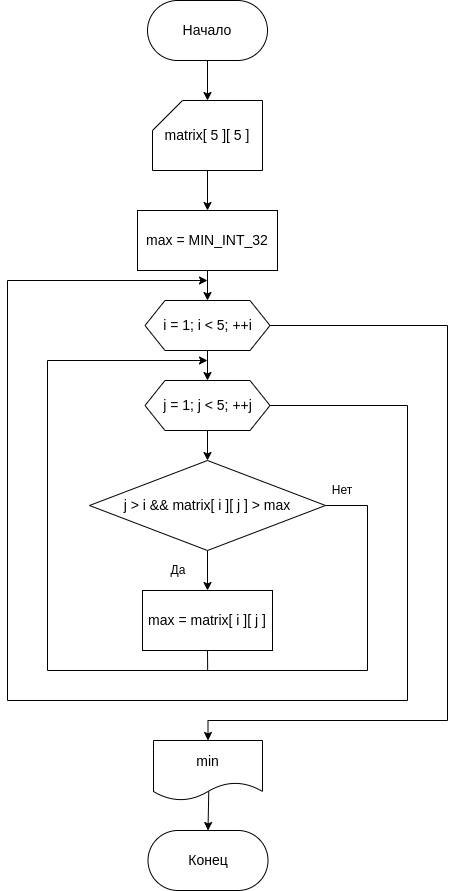
The draw.io diagram reports/lab4.drawio.png in reddiridabl666/ICS6-Assembly, before a commit. Source tidied: cells renumbered, new cells last; positions are measured from the earlier drawing's top-left corner, leaving out a move shared by most shapes. Source of this version:
```xml
<mxGraphModel>
  <root>
    <mxCell id="0" />
    <mxCell id="1" parent="0" />
    <mxCell id="2" style="edgeStyle=orthogonalEdgeStyle;rounded=0;jettySize=auto;html=1;entryX=0.5;entryY=0;entryDx=0;entryDy=0;entryPerimeter=0;" parent="1" edge="1" source="3" target="6">
      <mxGeometry relative="1" as="geometry" />
    </mxCell>
    <mxCell id="3" value="Начало" style="rounded=1;whiteSpace=wrap;html=1;arcSize=50;fontSize=14;" parent="1" vertex="1">
      <mxGeometry x="140" width="120" height="60" as="geometry" />
    </mxCell>
    <mxCell id="4" value="Конец" style="rounded=1;whiteSpace=wrap;html=1;arcSize=50;fontSize=14;" parent="1" vertex="1">
      <mxGeometry x="140.5" y="830" width="120" height="60" as="geometry" />
    </mxCell>
    <mxCell id="5" style="edgeStyle=orthogonalEdgeStyle;rounded=0;jettySize=auto;html=1;entryX=0.5;entryY=0;entryDx=0;entryDy=0;" parent="1" edge="1" source="6" target="17">
      <mxGeometry relative="1" as="geometry" />
    </mxCell>
    <mxCell id="6" value="matrix[ 5 ][ 5 ]" style="shape=card;whiteSpace=wrap;html=1;fontSize=14;" parent="1" vertex="1">
      <mxGeometry x="145" y="100" width="110" height="70" as="geometry" />
    </mxCell>
    <mxCell id="7" style="edgeStyle=orthogonalEdgeStyle;rounded=0;jettySize=auto;html=1;entryX=0.5;entryY=0;entryDx=0;entryDy=0;" parent="1" edge="1" source="9" target="12">
      <mxGeometry relative="1" as="geometry" />
    </mxCell>
    <mxCell id="8" style="edgeStyle=orthogonalEdgeStyle;rounded=0;jettySize=auto;html=1;entryX=0.5;entryY=0;entryDx=0;entryDy=0;" parent="1" edge="1" source="9" target="21">
      <mxGeometry relative="1" as="geometry">
        <Array as="points">
          <mxPoint x="440" y="325" />
          <mxPoint x="440" y="720" />
          <mxPoint x="201" y="720" />
        </Array>
      </mxGeometry>
    </mxCell>
    <mxCell id="9" value="i = 1; i &amp;lt; 5; ++i" style="shape=hexagon;perimeter=hexagonPerimeter2;whiteSpace=wrap;html=1;fixedSize=1;fontSize=14;" parent="1" vertex="1">
      <mxGeometry x="137.5" y="300" width="125" height="50" as="geometry" />
    </mxCell>
    <mxCell id="10" style="edgeStyle=orthogonalEdgeStyle;rounded=0;jettySize=auto;html=1;entryX=0.5;entryY=0;entryDx=0;entryDy=0;" parent="1" edge="1" source="12" target="15">
      <mxGeometry relative="1" as="geometry" />
    </mxCell>
    <mxCell id="11" style="edgeStyle=orthogonalEdgeStyle;rounded=0;jettySize=auto;html=1;" parent="1" edge="1" source="12">
      <mxGeometry relative="1" as="geometry">
        <mxPoint x="200" y="280" as="targetPoint" />
        <Array as="points">
          <mxPoint x="400" y="405" />
          <mxPoint x="400" y="700" />
          <mxPoint y="700" />
          <mxPoint y="280" />
        </Array>
      </mxGeometry>
    </mxCell>
    <mxCell id="12" value="j = 1; j &amp;lt; 5; ++j" style="shape=hexagon;perimeter=hexagonPerimeter2;whiteSpace=wrap;html=1;fixedSize=1;fontSize=14;" parent="1" vertex="1">
      <mxGeometry x="137.5" y="380" width="125" height="50" as="geometry" />
    </mxCell>
    <mxCell id="13" style="edgeStyle=orthogonalEdgeStyle;rounded=0;jettySize=auto;html=1;entryX=0.5;entryY=0;entryDx=0;entryDy=0;" parent="1" edge="1" source="15" target="19">
      <mxGeometry relative="1" as="geometry" />
    </mxCell>
    <mxCell id="14" style="edgeStyle=orthogonalEdgeStyle;rounded=0;jettySize=auto;html=1;" parent="1" edge="1" source="15">
      <mxGeometry relative="1" as="geometry">
        <mxPoint x="200" y="360" as="targetPoint" />
        <Array as="points">
          <mxPoint x="360" y="505" />
          <mxPoint x="360" y="670" />
          <mxPoint x="40" y="670" />
          <mxPoint x="40" y="360" />
        </Array>
      </mxGeometry>
    </mxCell>
    <mxCell id="15" value="j &amp;gt; i &amp;amp;&amp;amp; matrix[ i ][ j ] &amp;gt; max" style="rhombus;whiteSpace=wrap;html=1;fontSize=14;" parent="1" vertex="1">
      <mxGeometry x="82" y="460" width="236" height="90" as="geometry" />
    </mxCell>
    <mxCell id="16" style="edgeStyle=orthogonalEdgeStyle;rounded=0;jettySize=auto;html=1;entryX=0.5;entryY=0;entryDx=0;entryDy=0;" parent="1" edge="1" source="17" target="9">
      <mxGeometry relative="1" as="geometry" />
    </mxCell>
    <mxCell id="17" value="max = MIN_INT_32" style="rounded=0;whiteSpace=wrap;html=1;fontSize=14;" parent="1" vertex="1">
      <mxGeometry x="130" y="210" width="140" height="60" as="geometry" />
    </mxCell>
    <mxCell id="18" style="edgeStyle=orthogonalEdgeStyle;rounded=0;jettySize=auto;html=1;exitX=0.5;exitY=1;exitDx=0;exitDy=0;endArrow=none;endFill=0;" parent="1" edge="1" source="19">
      <mxGeometry relative="1" as="geometry">
        <mxPoint x="200.2" y="670" as="targetPoint" />
      </mxGeometry>
    </mxCell>
    <mxCell id="19" value="max = matrix[ i ][ j ]" style="rounded=0;whiteSpace=wrap;html=1;fontSize=14;" parent="1" vertex="1">
      <mxGeometry x="135" y="590" width="130" height="60" as="geometry" />
    </mxCell>
    <mxCell id="20" style="edgeStyle=orthogonalEdgeStyle;rounded=0;jettySize=auto;html=1;entryX=0.5;entryY=0;entryDx=0;entryDy=0;exitX=0.507;exitY=0.847;exitDx=0;exitDy=0;exitPerimeter=0;" parent="1" edge="1" source="21" target="4">
      <mxGeometry relative="1" as="geometry" />
    </mxCell>
    <mxCell id="21" value="min" style="shape=document;whiteSpace=wrap;html=1;boundedLbl=1;fontSize=14;" parent="1" vertex="1">
      <mxGeometry x="146" y="740" width="109" height="60" as="geometry" />
    </mxCell>
    <mxCell id="22" value="Да" style="text;html=1;strokeColor=none;fillColor=none;align=center;verticalAlign=middle;whiteSpace=wrap;rounded=0;" parent="1" vertex="1">
      <mxGeometry x="146" y="560" width="50" height="20" as="geometry" />
    </mxCell>
    <mxCell id="23" value="Нет" style="text;html=1;strokeColor=none;fillColor=none;align=center;verticalAlign=middle;whiteSpace=wrap;rounded=0;" parent="1" vertex="1">
      <mxGeometry x="310" y="480" width="50" height="20" as="geometry" />
    </mxCell>
  </root>
</mxGraphModel>
```
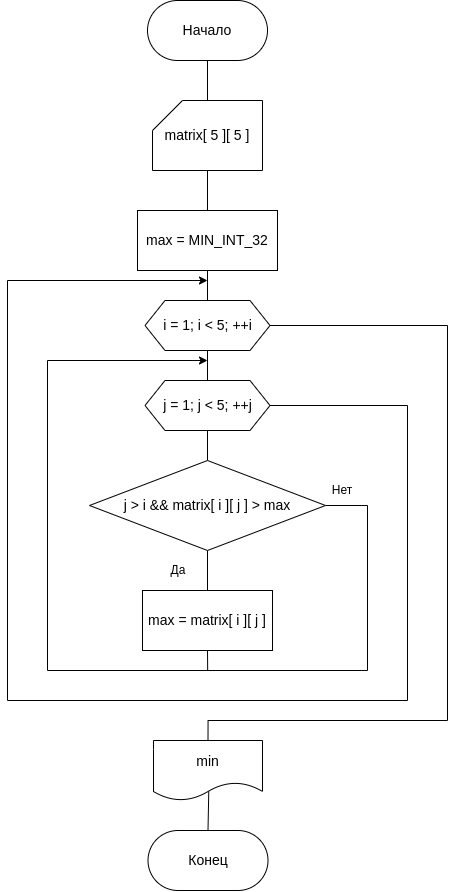
Above is the later version.

What changed in the source:
```diff
@@ -2,7 +2,7 @@
   <root>
     <mxCell id="0" />
     <mxCell id="1" parent="0" />
-    <mxCell id="2" style="edgeStyle=orthogonalEdgeStyle;rounded=0;jettySize=auto;html=1;entryX=0.5;entryY=0;entryDx=0;entryDy=0;entryPerimeter=0;" parent="1" edge="1" source="3" target="6">
+    <mxCell id="2" style="edgeStyle=orthogonalEdgeStyle;rounded=0;jettySize=auto;html=1;entryX=0.5;entryY=0;entryDx=0;entryDy=0;entryPerimeter=0;endArrow=none;endFill=0;" parent="1" edge="1" source="3" target="6">
       <mxGeometry relative="1" as="geometry" />
     </mxCell>
     <mxCell id="3" value="Начало" style="rounded=1;whiteSpace=wrap;html=1;arcSize=50;fontSize=14;" parent="1" vertex="1">
@@ -11,16 +11,16 @@
     <mxCell id="4" value="Конец" style="rounded=1;whiteSpace=wrap;html=1;arcSize=50;fontSize=14;" parent="1" vertex="1">
       <mxGeometry x="140.5" y="830" width="120" height="60" as="geometry" />
     </mxCell>
-    <mxCell id="5" style="edgeStyle=orthogonalEdgeStyle;rounded=0;jettySize=auto;html=1;entryX=0.5;entryY=0;entryDx=0;entryDy=0;" parent="1" edge="1" source="6" target="17">
+    <mxCell id="5" style="edgeStyle=orthogonalEdgeStyle;rounded=0;jettySize=auto;html=1;entryX=0.5;entryY=0;entryDx=0;entryDy=0;endArrow=none;endFill=0;" parent="1" edge="1" source="6" target="17">
       <mxGeometry relative="1" as="geometry" />
     </mxCell>
     <mxCell id="6" value="matrix[ 5 ][ 5 ]" style="shape=card;whiteSpace=wrap;html=1;fontSize=14;" parent="1" vertex="1">
       <mxGeometry x="145" y="100" width="110" height="70" as="geometry" />
     </mxCell>
-    <mxCell id="7" style="edgeStyle=orthogonalEdgeStyle;rounded=0;jettySize=auto;html=1;entryX=0.5;entryY=0;entryDx=0;entryDy=0;" parent="1" edge="1" source="9" target="12">
+    <mxCell id="7" style="edgeStyle=orthogonalEdgeStyle;rounded=0;jettySize=auto;html=1;entryX=0.5;entryY=0;entryDx=0;entryDy=0;endArrow=none;endFill=0;" parent="1" edge="1" source="9" target="12">
       <mxGeometry relative="1" as="geometry" />
     </mxCell>
-    <mxCell id="8" style="edgeStyle=orthogonalEdgeStyle;rounded=0;jettySize=auto;html=1;entryX=0.5;entryY=0;entryDx=0;entryDy=0;" parent="1" edge="1" source="9" target="21">
+    <mxCell id="8" style="edgeStyle=orthogonalEdgeStyle;rounded=0;jettySize=auto;html=1;entryX=0.5;entryY=0;entryDx=0;entryDy=0;endArrow=none;endFill=0;" parent="1" edge="1" source="9" target="21">
       <mxGeometry relative="1" as="geometry">
         <Array as="points">
           <mxPoint x="440" y="325" />
@@ -32,7 +32,7 @@
     <mxCell id="9" value="i = 1; i &amp;lt; 5; ++i" style="shape=hexagon;perimeter=hexagonPerimeter2;whiteSpace=wrap;html=1;fixedSize=1;fontSize=14;" parent="1" vertex="1">
       <mxGeometry x="137.5" y="300" width="125" height="50" as="geometry" />
     </mxCell>
-    <mxCell id="10" style="edgeStyle=orthogonalEdgeStyle;rounded=0;jettySize=auto;html=1;entryX=0.5;entryY=0;entryDx=0;entryDy=0;" parent="1" edge="1" source="12" target="15">
+    <mxCell id="10" style="edgeStyle=orthogonalEdgeStyle;rounded=0;jettySize=auto;html=1;entryX=0.5;entryY=0;entryDx=0;entryDy=0;endArrow=none;endFill=0;" parent="1" edge="1" source="12" target="15">
       <mxGeometry relative="1" as="geometry" />
     </mxCell>
     <mxCell id="11" style="edgeStyle=orthogonalEdgeStyle;rounded=0;jettySize=auto;html=1;" parent="1" edge="1" source="12">
@@ -49,7 +49,7 @@
     <mxCell id="12" value="j = 1; j &amp;lt; 5; ++j" style="shape=hexagon;perimeter=hexagonPerimeter2;whiteSpace=wrap;html=1;fixedSize=1;fontSize=14;" parent="1" vertex="1">
       <mxGeometry x="137.5" y="380" width="125" height="50" as="geometry" />
     </mxCell>
-    <mxCell id="13" style="edgeStyle=orthogonalEdgeStyle;rounded=0;jettySize=auto;html=1;entryX=0.5;entryY=0;entryDx=0;entryDy=0;" parent="1" edge="1" source="15" target="19">
+    <mxCell id="13" style="edgeStyle=orthogonalEdgeStyle;rounded=0;jettySize=auto;html=1;entryX=0.5;entryY=0;entryDx=0;entryDy=0;endArrow=none;endFill=0;" parent="1" edge="1" source="15" target="19">
       <mxGeometry relative="1" as="geometry" />
     </mxCell>
     <mxCell id="14" style="edgeStyle=orthogonalEdgeStyle;rounded=0;jettySize=auto;html=1;" parent="1" edge="1" source="15">
@@ -66,7 +66,7 @@
     <mxCell id="15" value="j &amp;gt; i &amp;amp;&amp;amp; matrix[ i ][ j ] &amp;gt; max" style="rhombus;whiteSpace=wrap;html=1;fontSize=14;" parent="1" vertex="1">
       <mxGeometry x="82" y="460" width="236" height="90" as="geometry" />
     </mxCell>
-    <mxCell id="16" style="edgeStyle=orthogonalEdgeStyle;rounded=0;jettySize=auto;html=1;entryX=0.5;entryY=0;entryDx=0;entryDy=0;" parent="1" edge="1" source="17" target="9">
+    <mxCell id="16" style="edgeStyle=orthogonalEdgeStyle;rounded=0;jettySize=auto;html=1;entryX=0.5;entryY=0;entryDx=0;entryDy=0;endArrow=none;endFill=0;" parent="1" edge="1" source="17" target="9">
       <mxGeometry relative="1" as="geometry" />
     </mxCell>
     <mxCell id="17" value="max = MIN_INT_32" style="rounded=0;whiteSpace=wrap;html=1;fontSize=14;" parent="1" vertex="1">
@@ -80,7 +80,7 @@
     <mxCell id="19" value="max = matrix[ i ][ j ]" style="rounded=0;whiteSpace=wrap;html=1;fontSize=14;" parent="1" vertex="1">
       <mxGeometry x="135" y="590" width="130" height="60" as="geometry" />
     </mxCell>
-    <mxCell id="20" style="edgeStyle=orthogonalEdgeStyle;rounded=0;jettySize=auto;html=1;entryX=0.5;entryY=0;entryDx=0;entryDy=0;exitX=0.507;exitY=0.847;exitDx=0;exitDy=0;exitPerimeter=0;" parent="1" edge="1" source="21" target="4">
+    <mxCell id="20" style="edgeStyle=orthogonalEdgeStyle;rounded=0;jettySize=auto;html=1;entryX=0.5;entryY=0;entryDx=0;entryDy=0;exitX=0.507;exitY=0.847;exitDx=0;exitDy=0;exitPerimeter=0;endArrow=none;endFill=0;" parent="1" edge="1" source="21" target="4">
       <mxGeometry relative="1" as="geometry" />
     </mxCell>
     <mxCell id="21" value="min" style="shape=document;whiteSpace=wrap;html=1;boundedLbl=1;fontSize=14;" parent="1" vertex="1">
```
